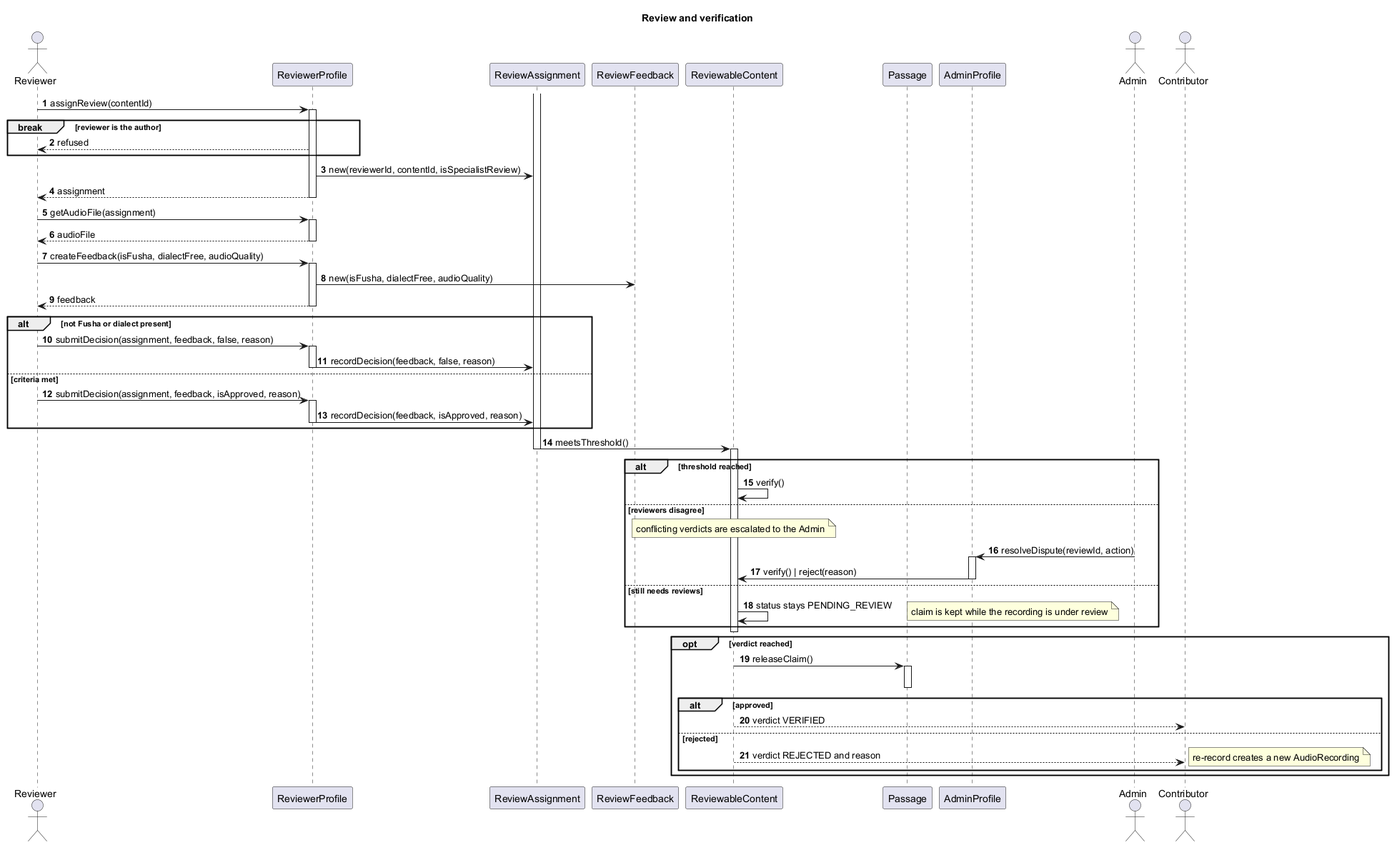
Above: h_seq2_review_verdict.png in iAbdulrrahman/asghi-diagrams (PlantUML), before the change.
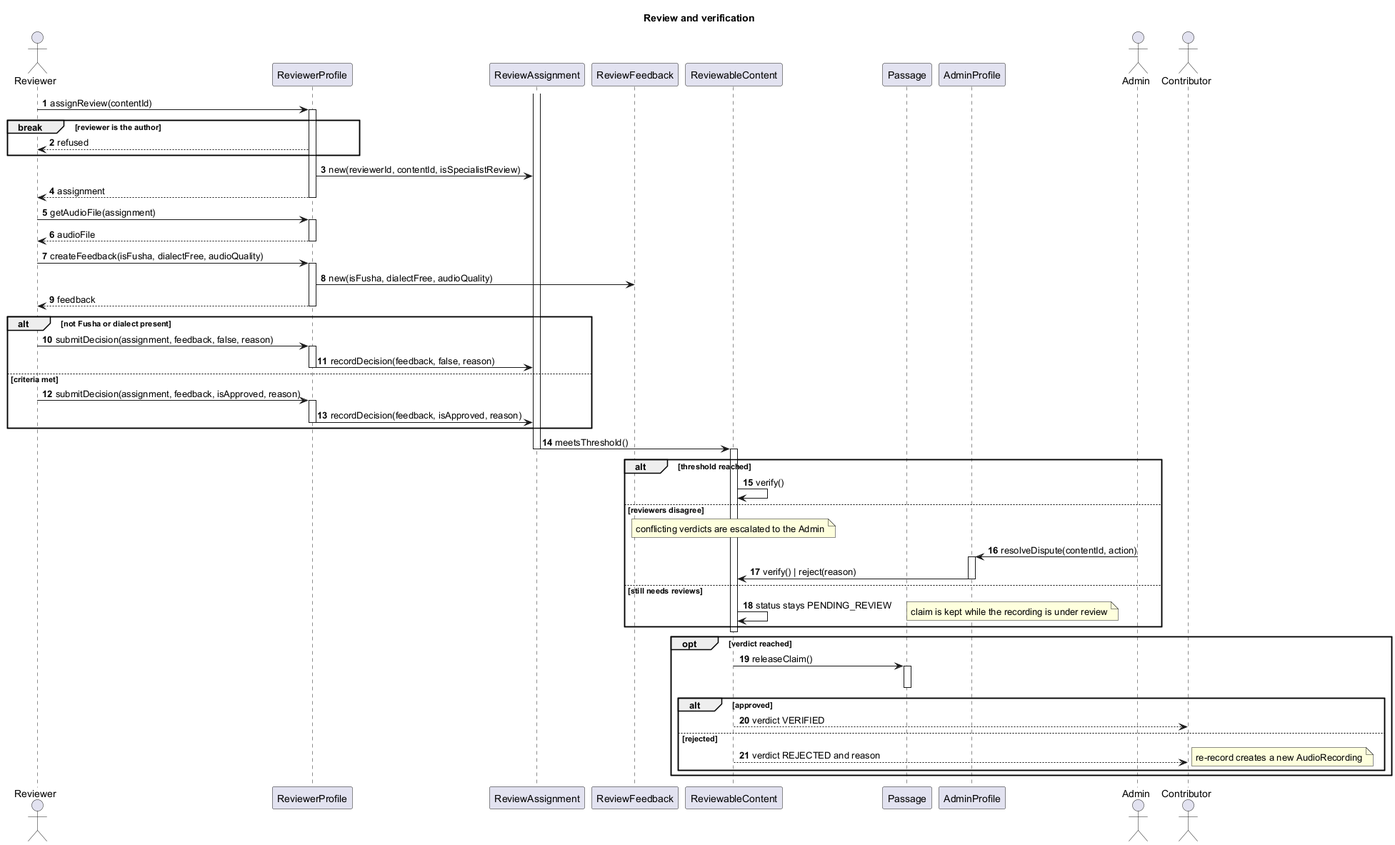
The same diagram one commit later.

Commit message:
F3: resolveDispute targets content, not a single review

Diff of the diagram source:
```diff
@@ -55,7 +55,7 @@
     C -> C : verify()
 else reviewers disagree
     note over C : conflicting verdicts are escalated to the Admin
-    ADM -> AP : resolveDispute(reviewId, action)
+    ADM -> AP : resolveDispute(contentId, action)
     activate AP
     AP -> C : verify() | reject(reason)
     deactivate AP
```
